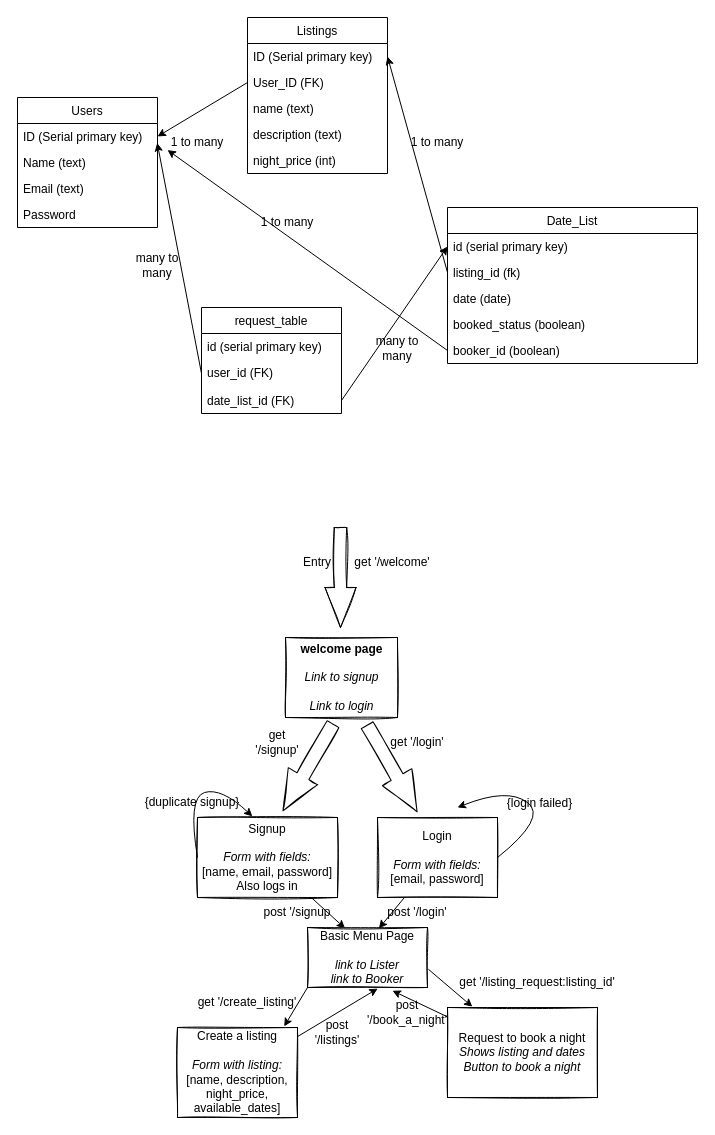
HOOLAHAN/arkle-bnb keeps this draw.io diagram as Design.drawio. Above is the earlier version. Source tidied: cells renumbered, new cells numbered last; positions are measured from the earlier drawing's top-left corner, leaving out a move shared by most shapes. Both pictures are drawn from the tidied source at 100%, with x=0, y=0 at pixel (17, 17).
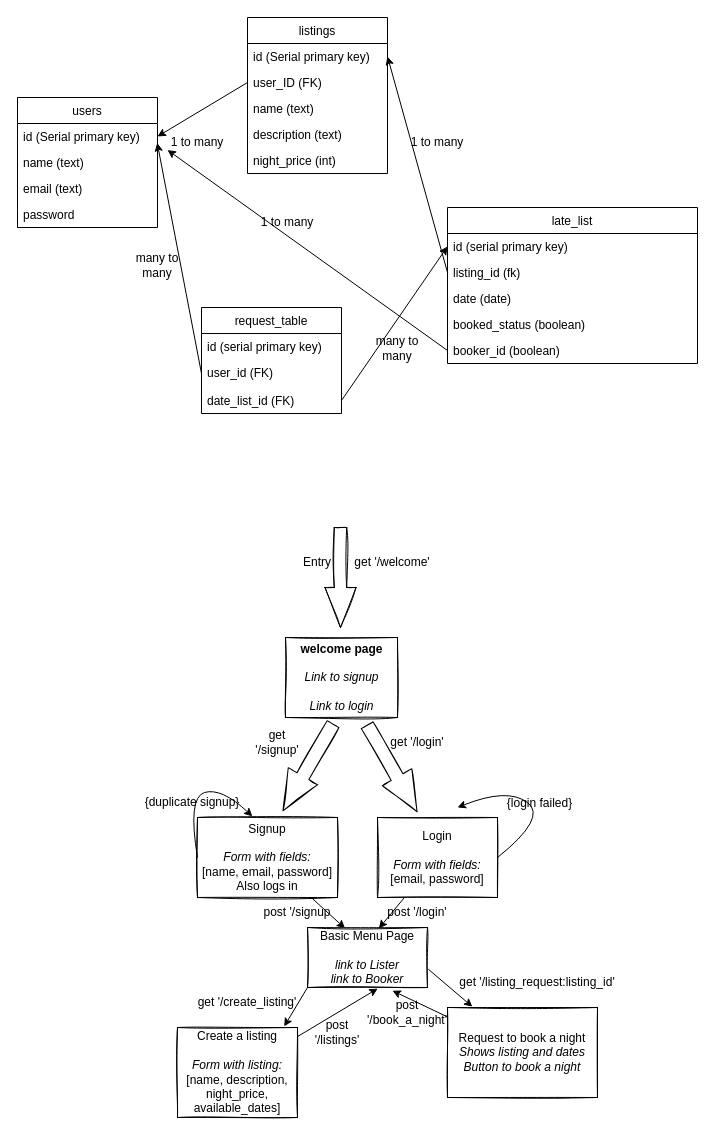
The same diagram, later.

Commit message:
design file capital letters change

What changed in the source:
```diff
@@
-    <mxCell id="2" value="Users" style="swimlane;fontStyle=0;horizontal=1;startSize=26;fillColor=none;" parent="1" vertex="1">
+    <mxCell id="2" value="users" style="swimlane;fontStyle=0;horizontal=1;startSize=26;fillColor=none;" parent="1" vertex="1">
       <mxGeometry y="80" width="140" height="130" as="geometry" />
     </mxCell>
-    <mxCell id="3" value="ID (Serial primary key)" style="text;strokeColor=none;fillColor=none;align=left;verticalAlign=top;spacingLeft=4;spacingRight=4;overflow=hidden;points=[[0,0.5],[1,0.5]];portConstraint=eastwest;" parent="2" vertex="1">
+    <mxCell id="3" value="id (Serial primary key)" style="text;strokeColor=none;fillColor=none;align=left;verticalAlign=top;spacingLeft=4;spacingRight=4;overflow=hidden;points=[[0,0.5],[1,0.5]];portConstraint=eastwest;" parent="2" vertex="1">
       <mxGeometry y="26" width="140" height="26" as="geometry" />
     </mxCell>
-    <mxCell id="4" value="Name (text)" style="text;strokeColor=none;fillColor=none;align=left;verticalAlign=top;spacingLeft=4;spacingRight=4;overflow=hidden;" parent="2" vertex="1">
+    <mxCell id="4" value="name (text)" style="text;strokeColor=none;fillColor=none;align=left;verticalAlign=top;spacingLeft=4;spacingRight=4;overflow=hidden;" parent="2" vertex="1">
       <mxGeometry y="52" width="140" height="26" as="geometry" />
     </mxCell>
-    <mxCell id="5" value="Email (text)" style="text;strokeColor=none;fillColor=none;align=left;verticalAlign=top;spacingLeft=4;spacingRight=4;overflow=hidden;" parent="2" vertex="1">
+    <mxCell id="5" value="email (text)" style="text;strokeColor=none;fillColor=none;align=left;verticalAlign=top;spacingLeft=4;spacingRight=4;overflow=hidden;" parent="2" vertex="1">
       <mxGeometry y="78" width="140" height="26" as="geometry" />
     </mxCell>
-    <mxCell id="6" value="Password" style="text;strokeColor=none;fillColor=none;align=left;verticalAlign=top;spacingLeft=4;spacingRight=4;overflow=hidden;" parent="2" vertex="1">
+    <mxCell id="6" value="password" style="text;strokeColor=none;fillColor=none;align=left;verticalAlign=top;spacingLeft=4;spacingRight=4;overflow=hidden;" parent="2" vertex="1">
       <mxGeometry y="104" width="140" height="26" as="geometry" />
     </mxCell>
-    <mxCell id="7" value="Listings" style="swimlane;fontStyle=0;horizontal=1;startSize=26;fillColor=none;" parent="1" vertex="1">
+    <mxCell id="7" value="listings" style="swimlane;fontStyle=0;horizontal=1;startSize=26;fillColor=none;" parent="1" vertex="1">
       <mxGeometry x="230" width="140" height="156" as="geometry" />
     </mxCell>
-    <mxCell id="8" value="ID (Serial primary key)" style="text;strokeColor=none;fillColor=none;align=left;verticalAlign=top;spacingLeft=4;spacingRight=4;overflow=hidden;points=[[0,0.5],[1,0.5]];portConstraint=eastwest;" parent="7" vertex="1">
+    <mxCell id="8" value="id (Serial primary key)" style="text;strokeColor=none;fillColor=none;align=left;verticalAlign=top;spacingLeft=4;spacingRight=4;overflow=hidden;points=[[0,0.5],[1,0.5]];portConstraint=eastwest;" parent="7" vertex="1">
       <mxGeometry y="26" width="140" height="26" as="geometry" />
     </mxCell>
-    <mxCell id="9" value="User_ID (FK)" style="text;strokeColor=none;fillColor=none;align=left;verticalAlign=top;spacingLeft=4;spacingRight=4;overflow=hidden;points=[[0,0.5],[1,0.5]];portConstraint=eastwest;" parent="7" vertex="1">
+    <mxCell id="9" value="user_ID (FK)" style="text;strokeColor=none;fillColor=none;align=left;verticalAlign=top;spacingLeft=4;spacingRight=4;overflow=hidden;points=[[0,0.5],[1,0.5]];portConstraint=eastwest;" parent="7" vertex="1">
       <mxGeometry y="52" width="140" height="26" as="geometry" />
     </mxCell>
@@
-    <mxCell id="14" value="Date_List" style="swimlane;fontStyle=0;horizontal=1;startSize=26;fillColor=none;" parent="1" vertex="1">
+    <mxCell id="14" value="late_list" style="swimlane;fontStyle=0;horizontal=1;startSize=26;fillColor=none;" parent="1" vertex="1">
       <mxGeometry x="430" y="190" width="250" height="156" as="geometry" />
     </mxCell>
```
